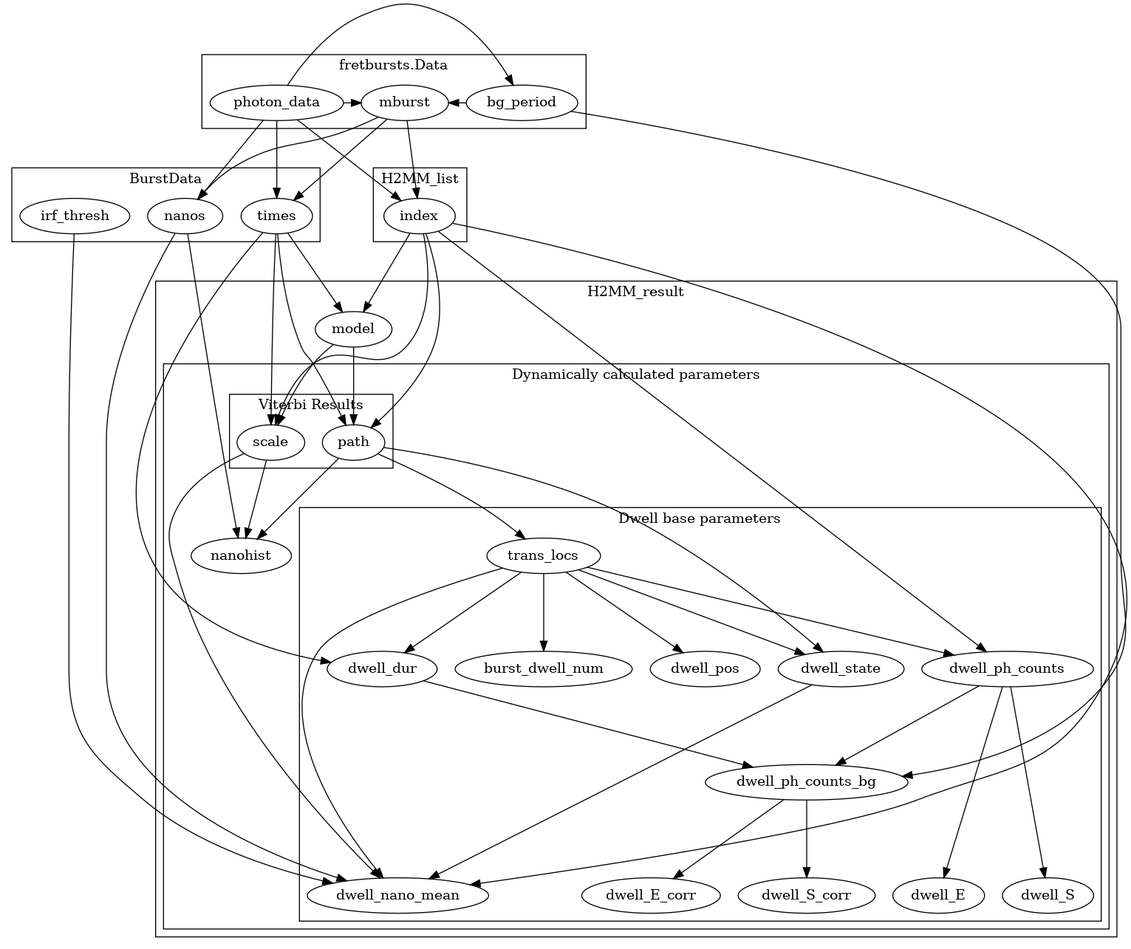
Above: docs/source/images/result_params.png in harripd/burstH2MM (Graphviz), before the change. Its source is kept beside it as docs/source/images/result_params.dot.
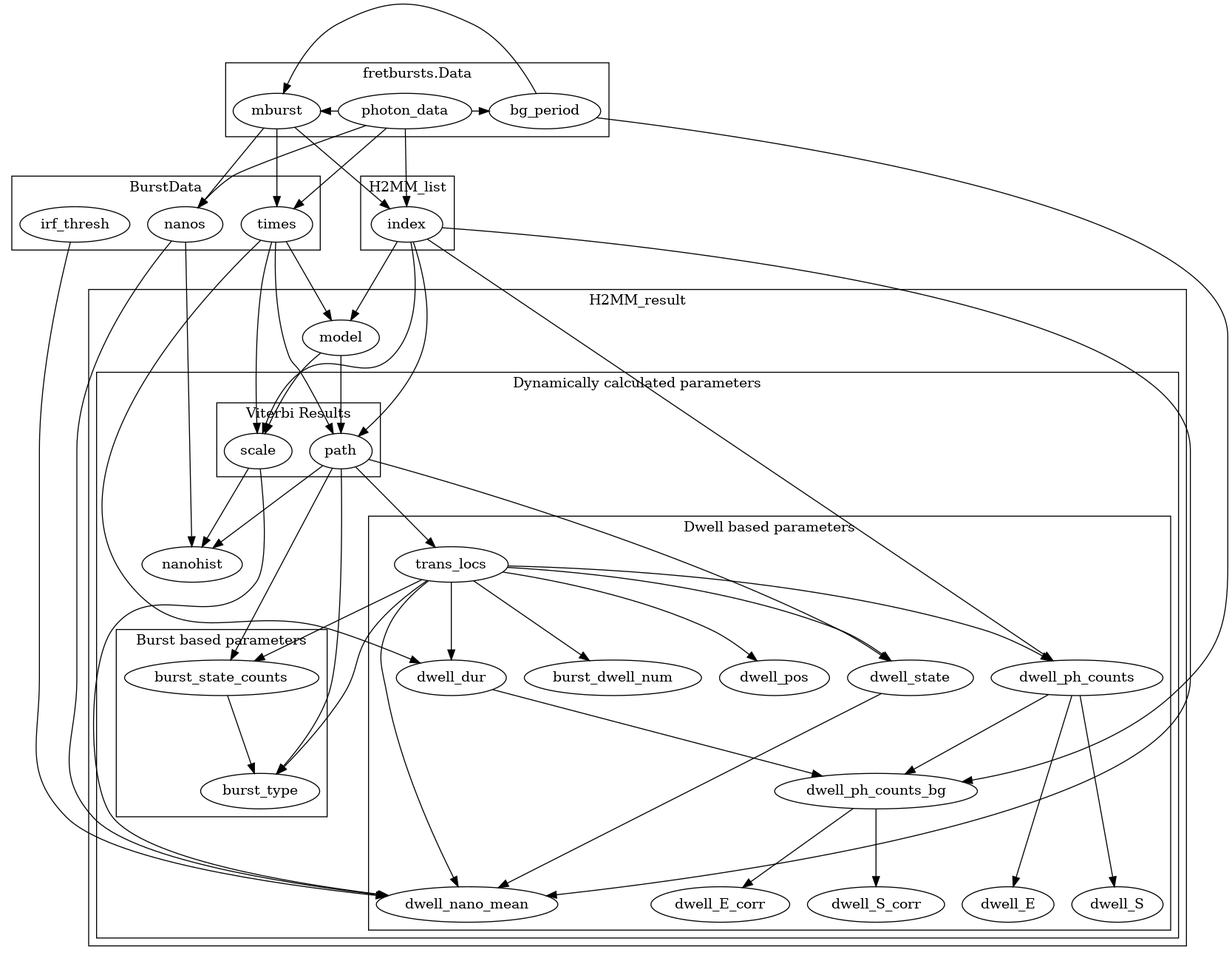
Above is the later version.

The edit, as a diff of the source:
```diff
@@ -21,6 +21,7 @@
 {photon_data, mburst} -> {times, index, nanos};
 {model, times, index} -> {path, scale};
 {path, nanos, scale} -> nanohist;
+{path, trans_locs} -> {burst_type, burst_state_counts};
 {times, trans_locs} -> dwell_dur;
 {index, trans_locs} -> dwell_ph_counts;
 {index, nanos, trans_locs, dwell_state, irf_thresh, scale} -> dwell_nano_mean;
@@ -33,15 +34,20 @@
 label="Dynamically calculated parameters";
 
 nanohist;
+
 subgraph cluster5{
+label="Burst based parameters"
+burst_state_counts -> burst_type;
+}
+subgraph cluster6{
 label="Viterbi Results";
 path;
 scale;
 }
 path -> trans_locs;
 {path, trans_locs} -> dwell_state;
-subgraph cluster6{
-label="Dwell base parameters"
+subgraph cluster7{
+label="Dwell based parameters"
 dwell_dur;
 dwell_nano_mean;
 dwell_state;
```
